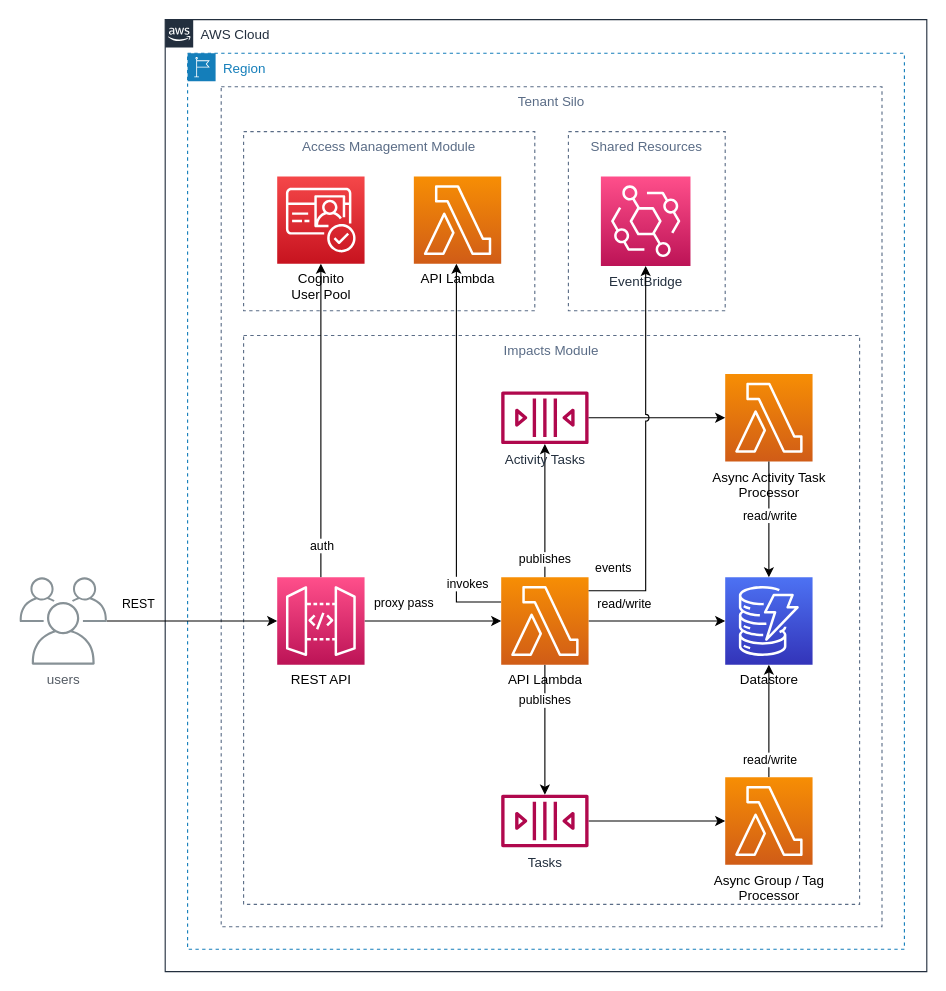
aws-solutions-library-samples/guidance-for-aws-sustainability-insights-framework keeps this draw.io diagram as page "physical-runtime" (1 of 2) of typescript/packages/apps/impacts/docs/images/impacts.hla.drawio. Above is the earlier version. Source tidied: cells renumbered, new cells numbered last; positions are measured from the earlier drawing's top-left corner, leaving out a move shared by most shapes. Both pictures are drawn from the tidied source at 112%, with x=0, y=0 at pixel (19, 19).
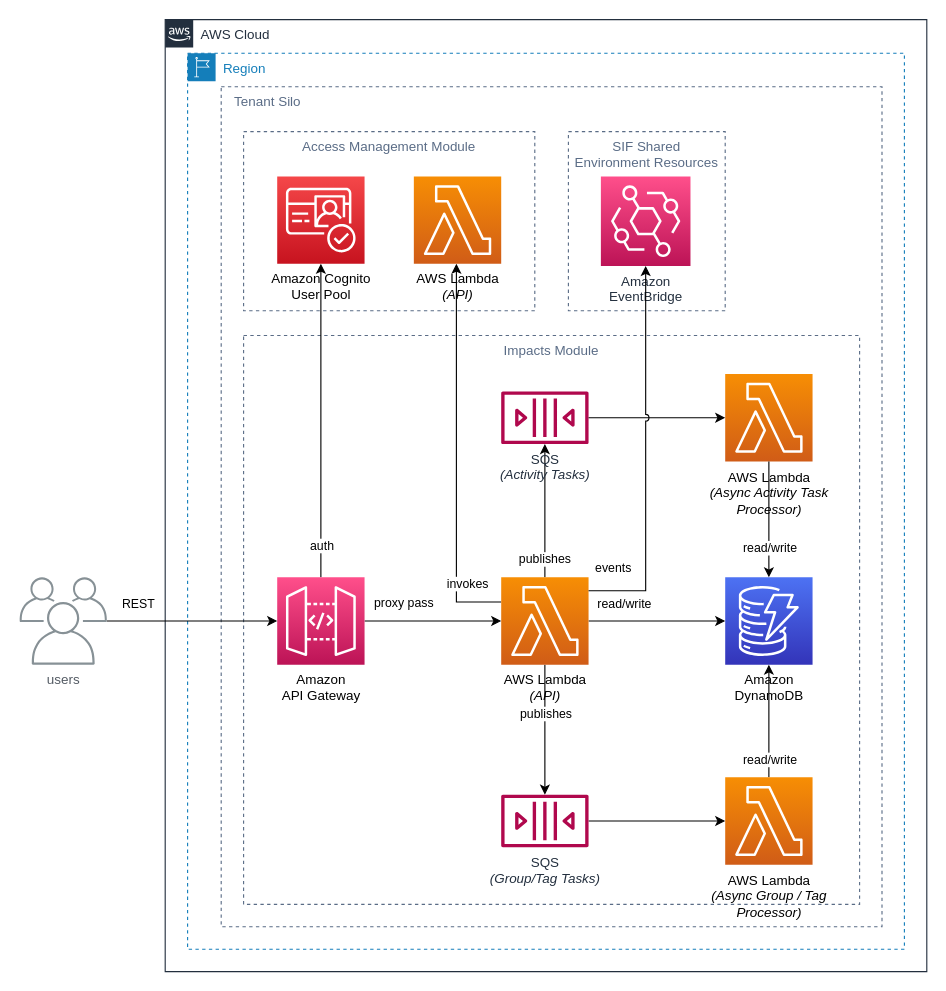
The same diagram, later.

Unchanged cells that the change refers to:
```xml
<mxCell id="4" value="AWS Cloud" style="gradientColor=none;html=1;whiteSpace=wrap;fontSize=12;fontStyle=0;shape=mxgraph.aws4.group;grIcon=mxgraph.aws4.group_aws_cloud_alt;strokeColor=#232F3E;fillColor=none;verticalAlign=top;align=left;spacingLeft=30;fontColor=#232F3E;dashed=0;" parent="1" vertex="1">
  <mxGeometry x="130" width="680" height="850" as="geometry" />
</mxCell>
```

Change to the diagram source:
```diff
@@
-    <mxCell id="2" value="Tenant Silo" style="fillColor=none;strokeColor=#5A6C86;dashed=1;verticalAlign=top;fontStyle=0;fontColor=#5A6C86;labelBackgroundColor=none;" parent="1" vertex="1">
+    <mxCell id="2" value="   Tenant Silo" style="fillColor=none;strokeColor=#5A6C86;dashed=1;verticalAlign=top;fontStyle=0;fontColor=#5A6C86;labelBackgroundColor=none;align=left;" parent="1" vertex="1">
       <mxGeometry x="180" y="60" width="590" height="750" as="geometry" />
     </mxCell>
@@
     <mxCell id="9" value="publishes" style="edgeStyle=none;rounded=0;jettySize=auto;html=1;" parent="4" edge="1" source="11" target="21">
-      <mxGeometry x="-0.45" relative="1" as="geometry" />
+      <mxGeometry x="-0.24" y="1" relative="1" as="geometry" />
     </mxCell>
@@
-    <mxCell id="11" value="API Lambda" style="sketch=0;points=[[0,0,0],[0.25,0,0],[0.5,0,0],[0.75,0,0],[1,0,0],[0,1,0],[0.25,1,0],[0.5,1,0],[0.75,1,0],[1,1,0],[0,0.25,0],[0,0.5,0],[0,0.75,0],[1,0.25,0],[1,0.5,0],[1,0.75,0]];outlineConnect=0;fontColor=#000000;gradientColor=#F78E04;gradientDirection=north;fillColor=#D05C17;strokeColor=#ffffff;dashed=0;verticalLabelPosition=bottom;verticalAlign=top;align=center;html=1;fontSize=12;fontStyle=0;shape=mxgraph.aws4.resourceIcon;resIcon=mxgraph.aws4.lambda;labelBackgroundColor=none;" parent="4" vertex="1">
+    <mxCell id="11" value="AWS Lambda&lt;br style=&quot;border-color: var(--border-color);&quot;&gt;&lt;i style=&quot;border-color: var(--border-color);&quot;&gt;(API)&lt;/i&gt;" style="sketch=0;points=[[0,0,0],[0.25,0,0],[0.5,0,0],[0.75,0,0],[1,0,0],[0,1,0],[0.25,1,0],[0.5,1,0],[0.75,1,0],[1,1,0],[0,0.25,0],[0,0.5,0],[0,0.75,0],[1,0.25,0],[1,0.5,0],[1,0.75,0]];outlineConnect=0;fontColor=#000000;gradientColor=#F78E04;gradientDirection=north;fillColor=#D05C17;strokeColor=#ffffff;dashed=0;verticalLabelPosition=bottom;verticalAlign=top;align=center;html=1;fontSize=12;fontStyle=0;shape=mxgraph.aws4.resourceIcon;resIcon=mxgraph.aws4.lambda;labelBackgroundColor=none;" parent="4" vertex="1">
       <mxGeometry x="300" y="498" width="78" height="78" as="geometry" />
     </mxCell>
@@
-    <mxCell id="14" value="REST API" style="sketch=0;points=[[0,0,0],[0.25,0,0],[0.5,0,0],[0.75,0,0],[1,0,0],[0,1,0],[0.25,1,0],[0.5,1,0],[0.75,1,0],[1,1,0],[0,0.25,0],[0,0.5,0],[0,0.75,0],[1,0.25,0],[1,0.5,0],[1,0.75,0]];outlineConnect=0;fontColor=#000000;gradientColor=#FF4F8B;gradientDirection=north;fillColor=#BC1356;strokeColor=#ffffff;dashed=0;verticalLabelPosition=bottom;verticalAlign=top;align=center;html=1;fontSize=12;fontStyle=0;shape=mxgraph.aws4.resourceIcon;resIcon=mxgraph.aws4.api_gateway;labelBackgroundColor=none;" parent="4" vertex="1">
+    <mxCell id="14" value="Amazon&lt;br style=&quot;border-color: var(--border-color);&quot;&gt;API Gateway" style="sketch=0;points=[[0,0,0],[0.25,0,0],[0.5,0,0],[0.75,0,0],[1,0,0],[0,1,0],[0.25,1,0],[0.5,1,0],[0.75,1,0],[1,1,0],[0,0.25,0],[0,0.5,0],[0,0.75,0],[1,0.25,0],[1,0.5,0],[1,0.75,0]];outlineConnect=0;fontColor=#000000;gradientColor=#FF4F8B;gradientDirection=north;fillColor=#BC1356;strokeColor=#ffffff;dashed=0;verticalLabelPosition=bottom;verticalAlign=top;align=center;html=1;fontSize=12;fontStyle=0;shape=mxgraph.aws4.resourceIcon;resIcon=mxgraph.aws4.api_gateway;labelBackgroundColor=none;" parent="4" vertex="1">
       <mxGeometry x="100" y="498" width="78" height="78" as="geometry" />
     </mxCell>
@@
-    <mxCell id="17" value="Cognito&lt;br&gt;User Pool" style="sketch=0;points=[[0,0,0],[0.25,0,0],[0.5,0,0],[0.75,0,0],[1,0,0],[0,1,0],[0.25,1,0],[0.5,1,0],[0.75,1,0],[1,1,0],[0,0.25,0],[0,0.5,0],[0,0.75,0],[1,0.25,0],[1,0.5,0],[1,0.75,0]];outlineConnect=0;fontColor=#000000;gradientColor=#F54749;gradientDirection=north;fillColor=#C7131F;strokeColor=#ffffff;dashed=0;verticalLabelPosition=bottom;verticalAlign=top;align=center;html=1;fontSize=12;fontStyle=0;shape=mxgraph.aws4.resourceIcon;resIcon=mxgraph.aws4.cognito;labelBackgroundColor=none;" parent="4" vertex="1">
+    <mxCell id="17" value="Amazon Cognito&lt;br style=&quot;border-color: var(--border-color);&quot;&gt;User Pool" style="sketch=0;points=[[0,0,0],[0.25,0,0],[0.5,0,0],[0.75,0,0],[1,0,0],[0,1,0],[0.25,1,0],[0.5,1,0],[0.75,1,0],[1,1,0],[0,0.25,0],[0,0.5,0],[0,0.75,0],[1,0.25,0],[1,0.5,0],[1,0.75,0]];outlineConnect=0;fontColor=#000000;gradientColor=#F54749;gradientDirection=north;fillColor=#C7131F;strokeColor=#ffffff;dashed=0;verticalLabelPosition=bottom;verticalAlign=top;align=center;html=1;fontSize=12;fontStyle=0;shape=mxgraph.aws4.resourceIcon;resIcon=mxgraph.aws4.cognito;labelBackgroundColor=none;" parent="4" vertex="1">
       <mxGeometry x="100" y="140" width="78" height="78" as="geometry" />
     </mxCell>
-    <mxCell id="18" value="Datastore" style="sketch=0;points=[[0,0,0],[0.25,0,0],[0.5,0,0],[0.75,0,0],[1,0,0],[0,1,0],[0.25,1,0],[0.5,1,0],[0.75,1,0],[1,1,0],[0,0.25,0],[0,0.5,0],[0,0.75,0],[1,0.25,0],[1,0.5,0],[1,0.75,0]];outlineConnect=0;fontColor=#000000;gradientColor=#4D72F3;gradientDirection=north;fillColor=#3334B9;strokeColor=#ffffff;dashed=0;verticalLabelPosition=bottom;verticalAlign=top;align=center;html=1;fontSize=12;fontStyle=0;shape=mxgraph.aws4.resourceIcon;resIcon=mxgraph.aws4.dynamodb;labelBackgroundColor=none;" parent="4" vertex="1">
+    <mxCell id="18" value="Amazon&lt;br style=&quot;border-color: var(--border-color);&quot;&gt;DynamoDB" style="sketch=0;points=[[0,0,0],[0.25,0,0],[0.5,0,0],[0.75,0,0],[1,0,0],[0,1,0],[0.25,1,0],[0.5,1,0],[0.75,1,0],[1,1,0],[0,0.25,0],[0,0.5,0],[0,0.75,0],[1,0.25,0],[1,0.5,0],[1,0.75,0]];outlineConnect=0;fontColor=#000000;gradientColor=#4D72F3;gradientDirection=north;fillColor=#3334B9;strokeColor=#ffffff;dashed=0;verticalLabelPosition=bottom;verticalAlign=top;align=center;html=1;fontSize=12;fontStyle=0;shape=mxgraph.aws4.resourceIcon;resIcon=mxgraph.aws4.dynamodb;labelBackgroundColor=none;" parent="4" vertex="1">
       <mxGeometry x="500" y="498" width="78" height="78" as="geometry" />
     </mxCell>
-    <mxCell id="19" value="Activity Tasks" style="sketch=0;outlineConnect=0;fontColor=#232F3E;gradientColor=none;fillColor=#B0084D;strokeColor=none;dashed=0;verticalLabelPosition=bottom;verticalAlign=top;align=center;html=1;fontSize=12;fontStyle=0;shape=mxgraph.aws4.queue;" parent="4" vertex="1">
+    <mxCell id="19" value="SQS&lt;br style=&quot;border-color: var(--border-color);&quot;&gt;&lt;i style=&quot;border-color: var(--border-color);&quot;&gt;(Activity Tasks)&lt;/i&gt;" style="sketch=0;outlineConnect=0;fontColor=#232F3E;gradientColor=none;fillColor=#B0084D;strokeColor=none;dashed=0;verticalLabelPosition=bottom;verticalAlign=top;align=center;html=1;fontSize=12;fontStyle=0;shape=mxgraph.aws4.queue;" parent="4" vertex="1">
       <mxGeometry x="300" y="332" width="78" height="47" as="geometry" />
     </mxCell>
@@
-    <mxCell id="21" value="Tasks" style="sketch=0;outlineConnect=0;fontColor=#232F3E;gradientColor=none;fillColor=#B0084D;strokeColor=none;dashed=0;verticalLabelPosition=bottom;verticalAlign=top;align=center;html=1;fontSize=12;fontStyle=0;shape=mxgraph.aws4.queue;" parent="4" vertex="1">
+    <mxCell id="21" value="SQS&lt;br style=&quot;border-color: var(--border-color);&quot;&gt;&lt;i style=&quot;border-color: var(--border-color);&quot;&gt;(Group/Tag Tasks)&lt;/i&gt;" style="sketch=0;outlineConnect=0;fontColor=#232F3E;gradientColor=none;fillColor=#B0084D;strokeColor=none;dashed=0;verticalLabelPosition=bottom;verticalAlign=top;align=center;html=1;fontSize=12;fontStyle=0;shape=mxgraph.aws4.queue;" parent="4" vertex="1">
       <mxGeometry x="300" y="692" width="78" height="47" as="geometry" />
     </mxCell>
-    <mxCell id="22" value="Async Activity Task&lt;br&gt;Processor" style="sketch=0;points=[[0,0,0],[0.25,0,0],[0.5,0,0],[0.75,0,0],[1,0,0],[0,1,0],[0.25,1,0],[0.5,1,0],[0.75,1,0],[1,1,0],[0,0.25,0],[0,0.5,0],[0,0.75,0],[1,0.25,0],[1,0.5,0],[1,0.75,0]];outlineConnect=0;fontColor=#000000;gradientColor=#F78E04;gradientDirection=north;fillColor=#D05C17;strokeColor=#ffffff;dashed=0;verticalLabelPosition=bottom;verticalAlign=top;align=center;html=1;fontSize=12;fontStyle=0;shape=mxgraph.aws4.resourceIcon;resIcon=mxgraph.aws4.lambda;labelBackgroundColor=none;" parent="4" vertex="1">
+    <mxCell id="22" value="AWS Lambda&lt;br&gt;&lt;i&gt;(Async Activity Task&lt;br&gt;Processor)&lt;/i&gt;" style="sketch=0;points=[[0,0,0],[0.25,0,0],[0.5,0,0],[0.75,0,0],[1,0,0],[0,1,0],[0.25,1,0],[0.5,1,0],[0.75,1,0],[1,1,0],[0,0.25,0],[0,0.5,0],[0,0.75,0],[1,0.25,0],[1,0.5,0],[1,0.75,0]];outlineConnect=0;fontColor=#000000;gradientColor=#F78E04;gradientDirection=north;fillColor=#D05C17;strokeColor=#ffffff;dashed=0;verticalLabelPosition=bottom;verticalAlign=top;align=center;html=1;fontSize=12;fontStyle=0;shape=mxgraph.aws4.resourceIcon;resIcon=mxgraph.aws4.lambda;labelBackgroundColor=none;" parent="4" vertex="1">
       <mxGeometry x="500" y="316.5" width="78" height="78" as="geometry" />
     </mxCell>
@@
     <mxCell id="24" value="read/write" style="edgeStyle=none;rounded=0;jettySize=auto;html=1;" parent="4" edge="1" source="22" target="18">
-      <mxGeometry x="-0.08" y="1" relative="1" as="geometry" />
+      <mxGeometry x="0.46" y="1" relative="1" as="geometry">
+        <mxPoint y="1" as="offset" />
+      </mxGeometry>
     </mxCell>
@@
-    <mxCell id="26" value="Async Group / Tag&lt;br&gt;Processor" style="sketch=0;points=[[0,0,0],[0.25,0,0],[0.5,0,0],[0.75,0,0],[1,0,0],[0,1,0],[0.25,1,0],[0.5,1,0],[0.75,1,0],[1,1,0],[0,0.25,0],[0,0.5,0],[0,0.75,0],[1,0.25,0],[1,0.5,0],[1,0.75,0]];outlineConnect=0;fontColor=#000000;gradientColor=#F78E04;gradientDirection=north;fillColor=#D05C17;strokeColor=#ffffff;dashed=0;verticalLabelPosition=bottom;verticalAlign=top;align=center;html=1;fontSize=12;fontStyle=0;shape=mxgraph.aws4.resourceIcon;resIcon=mxgraph.aws4.lambda;labelBackgroundColor=none;" parent="4" vertex="1">
+    <mxCell id="26" value="AWS Lambda&lt;br style=&quot;border-color: var(--border-color);&quot;&gt;&lt;i style=&quot;border-color: var(--border-color);&quot;&gt;(Async Group / Tag&lt;br style=&quot;border-color: var(--border-color);&quot;&gt;Processor)&lt;/i&gt;" style="sketch=0;points=[[0,0,0],[0.25,0,0],[0.5,0,0],[0.75,0,0],[1,0,0],[0,1,0],[0.25,1,0],[0.5,1,0],[0.75,1,0],[1,1,0],[0,0.25,0],[0,0.5,0],[0,0.75,0],[1,0.25,0],[1,0.5,0],[1,0.75,0]];outlineConnect=0;fontColor=#000000;gradientColor=#F78E04;gradientDirection=north;fillColor=#D05C17;strokeColor=#ffffff;dashed=0;verticalLabelPosition=bottom;verticalAlign=top;align=center;html=1;fontSize=12;fontStyle=0;shape=mxgraph.aws4.resourceIcon;resIcon=mxgraph.aws4.lambda;labelBackgroundColor=none;" parent="4" vertex="1">
       <mxGeometry x="500" y="676.5" width="78" height="78" as="geometry" />
     </mxCell>
-    <mxCell id="27" value="API Lambda" style="sketch=0;points=[[0,0,0],[0.25,0,0],[0.5,0,0],[0.75,0,0],[1,0,0],[0,1,0],[0.25,1,0],[0.5,1,0],[0.75,1,0],[1,1,0],[0,0.25,0],[0,0.5,0],[0,0.75,0],[1,0.25,0],[1,0.5,0],[1,0.75,0]];outlineConnect=0;fontColor=#000000;gradientColor=#F78E04;gradientDirection=north;fillColor=#D05C17;strokeColor=#ffffff;dashed=0;verticalLabelPosition=bottom;verticalAlign=top;align=center;html=1;fontSize=12;fontStyle=0;shape=mxgraph.aws4.resourceIcon;resIcon=mxgraph.aws4.lambda;labelBackgroundColor=none;" parent="4" vertex="1">
+    <mxCell id="27" value="AWS Lambda&lt;br style=&quot;border-color: var(--border-color);&quot;&gt;&lt;i style=&quot;border-color: var(--border-color);&quot;&gt;(API)&lt;/i&gt;" style="sketch=0;points=[[0,0,0],[0.25,0,0],[0.5,0,0],[0.75,0,0],[1,0,0],[0,1,0],[0.25,1,0],[0.5,1,0],[0.75,1,0],[1,1,0],[0,0.25,0],[0,0.5,0],[0,0.75,0],[1,0.25,0],[1,0.5,0],[1,0.75,0]];outlineConnect=0;fontColor=#000000;gradientColor=#F78E04;gradientDirection=north;fillColor=#D05C17;strokeColor=#ffffff;dashed=0;verticalLabelPosition=bottom;verticalAlign=top;align=center;html=1;fontSize=12;fontStyle=0;shape=mxgraph.aws4.resourceIcon;resIcon=mxgraph.aws4.lambda;labelBackgroundColor=none;" parent="4" vertex="1">
       <mxGeometry x="222" y="140" width="78" height="78" as="geometry" />
     </mxCell>
-    <mxCell id="28" value="Shared Resources" style="fillColor=none;strokeColor=#5A6C86;dashed=1;verticalAlign=top;fontStyle=0;fontColor=#5A6C86;labelBackgroundColor=none;" parent="1" vertex="1">
+    <mxCell id="28" value="SIF Shared&#10;Environment Resources" style="fillColor=none;strokeColor=#5A6C86;dashed=1;verticalAlign=top;fontStyle=0;fontColor=#5A6C86;labelBackgroundColor=none;" parent="1" vertex="1">
       <mxGeometry x="490" y="100" width="140" height="160" as="geometry" />
     </mxCell>
-    <mxCell id="29" value="EventBridge" style="sketch=0;points=[[0,0,0],[0.25,0,0],[0.5,0,0],[0.75,0,0],[1,0,0],[0,1,0],[0.25,1,0],[0.5,1,0],[0.75,1,0],[1,1,0],[0,0.25,0],[0,0.5,0],[0,0.75,0],[1,0.25,0],[1,0.5,0],[1,0.75,0]];outlineConnect=0;fontColor=#232F3E;gradientColor=#FF4F8B;gradientDirection=north;fillColor=#BC1356;strokeColor=#ffffff;dashed=0;verticalLabelPosition=bottom;verticalAlign=top;align=center;html=1;fontSize=12;fontStyle=0;shape=mxgraph.aws4.resourceIcon;resIcon=mxgraph.aws4.eventbridge;" parent="1" vertex="1">
+    <mxCell id="29" value="Amazon&lt;br style=&quot;border-color: var(--border-color);&quot;&gt;EventBridge" style="sketch=0;points=[[0,0,0],[0.25,0,0],[0.5,0,0],[0.75,0,0],[1,0,0],[0,1,0],[0.25,1,0],[0.5,1,0],[0.75,1,0],[1,1,0],[0,0.25,0],[0,0.5,0],[0,0.75,0],[1,0.25,0],[1,0.5,0],[1,0.75,0]];outlineConnect=0;fontColor=#232F3E;gradientColor=#FF4F8B;gradientDirection=north;fillColor=#BC1356;strokeColor=#ffffff;dashed=0;verticalLabelPosition=bottom;verticalAlign=top;align=center;html=1;fontSize=12;fontStyle=0;shape=mxgraph.aws4.resourceIcon;resIcon=mxgraph.aws4.eventbridge;" parent="1" vertex="1">
       <mxGeometry x="519" y="140" width="80" height="80" as="geometry" />
     </mxCell>
```
